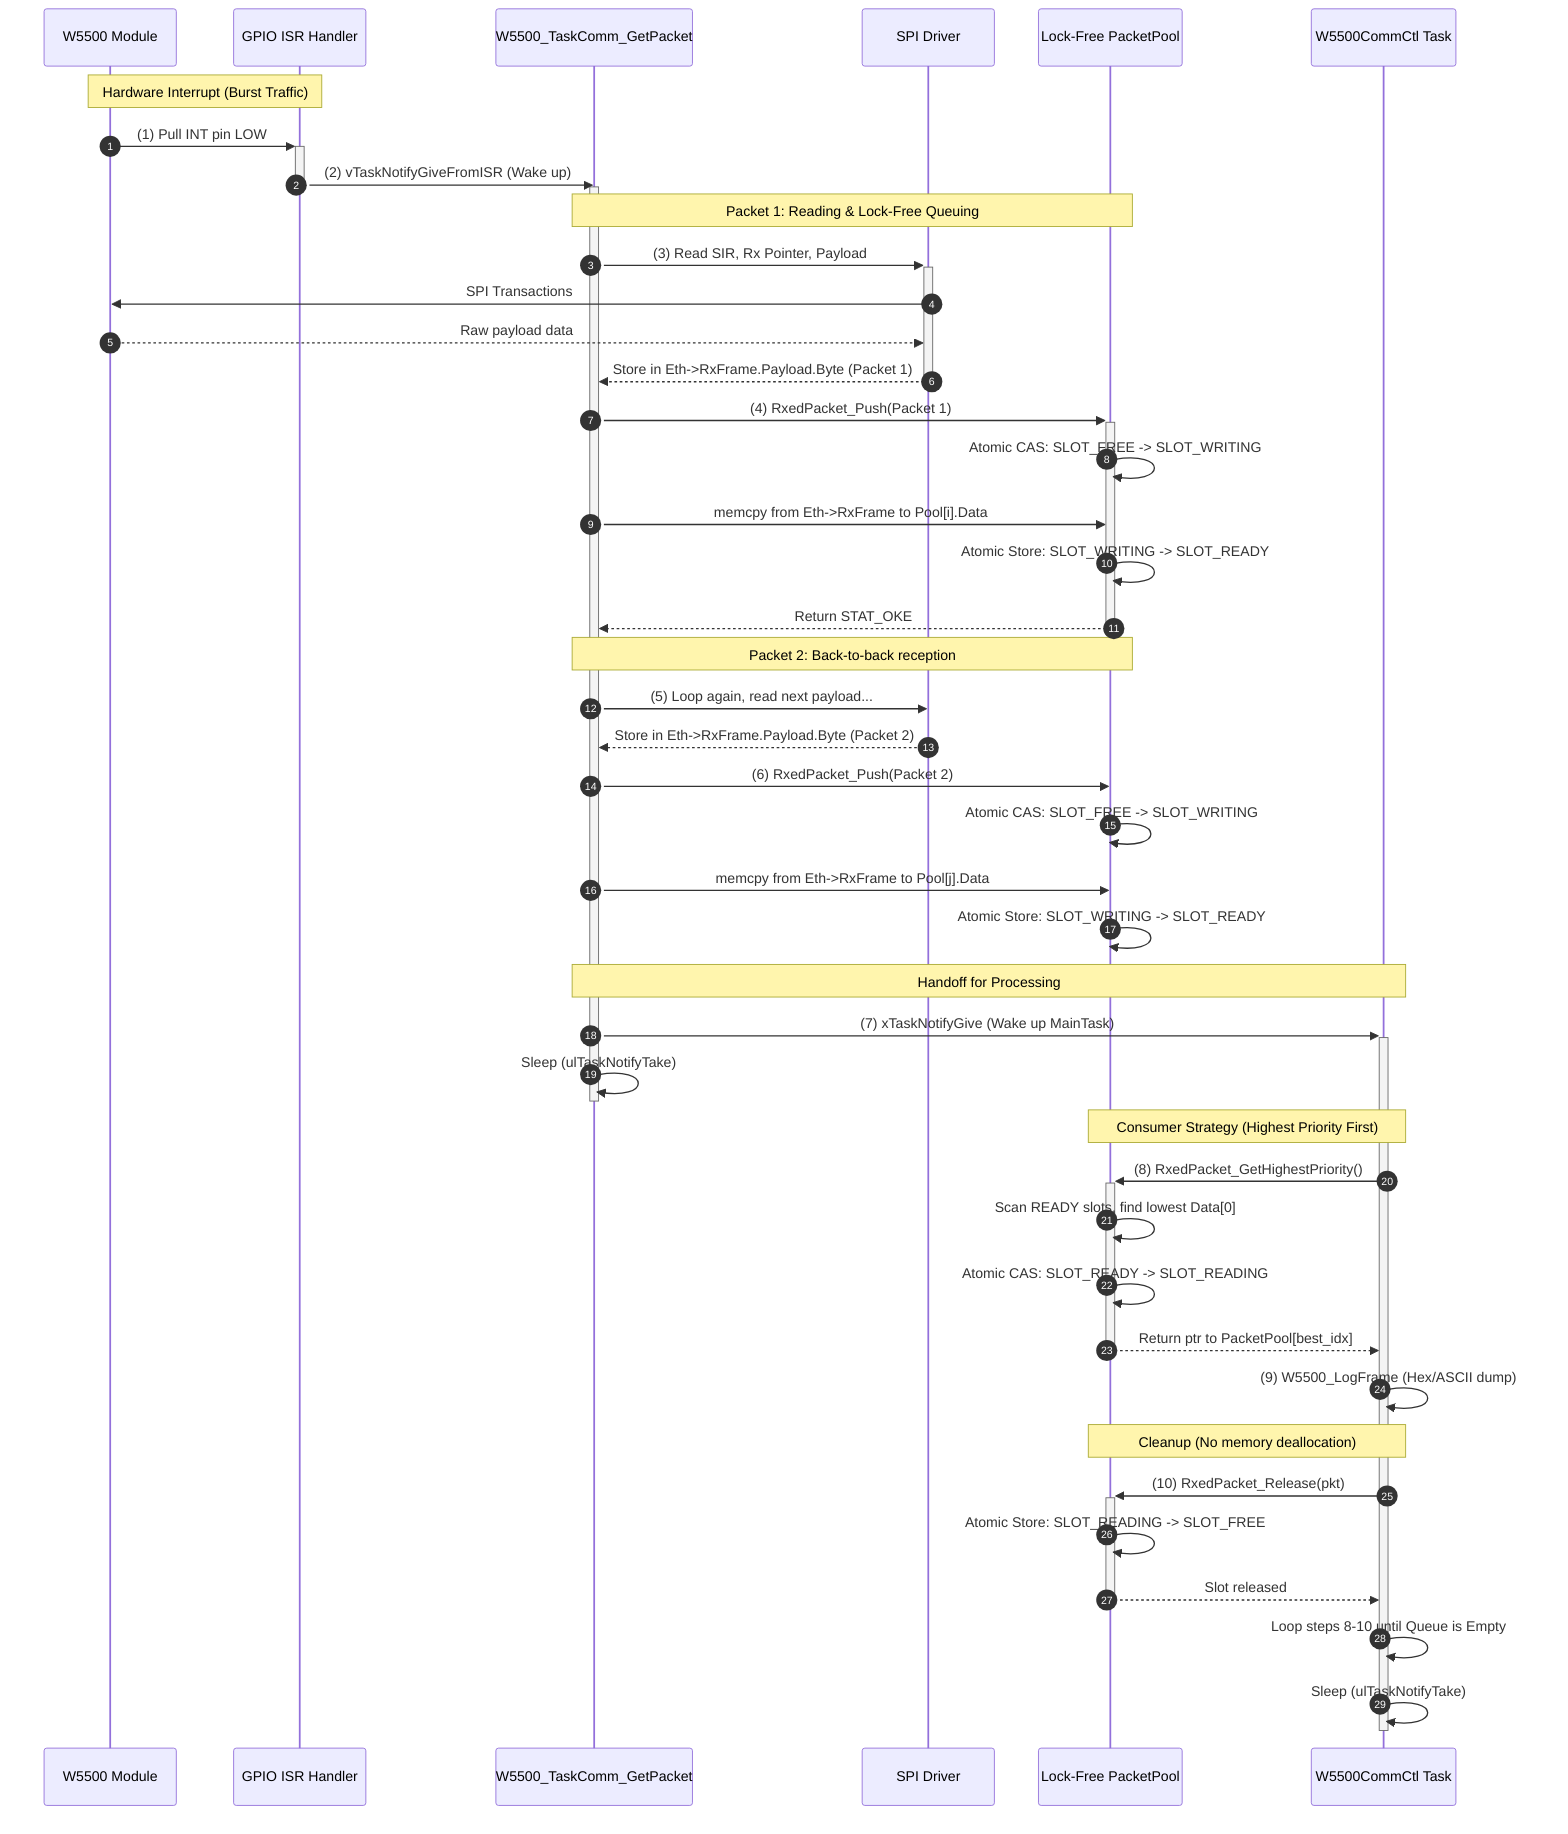
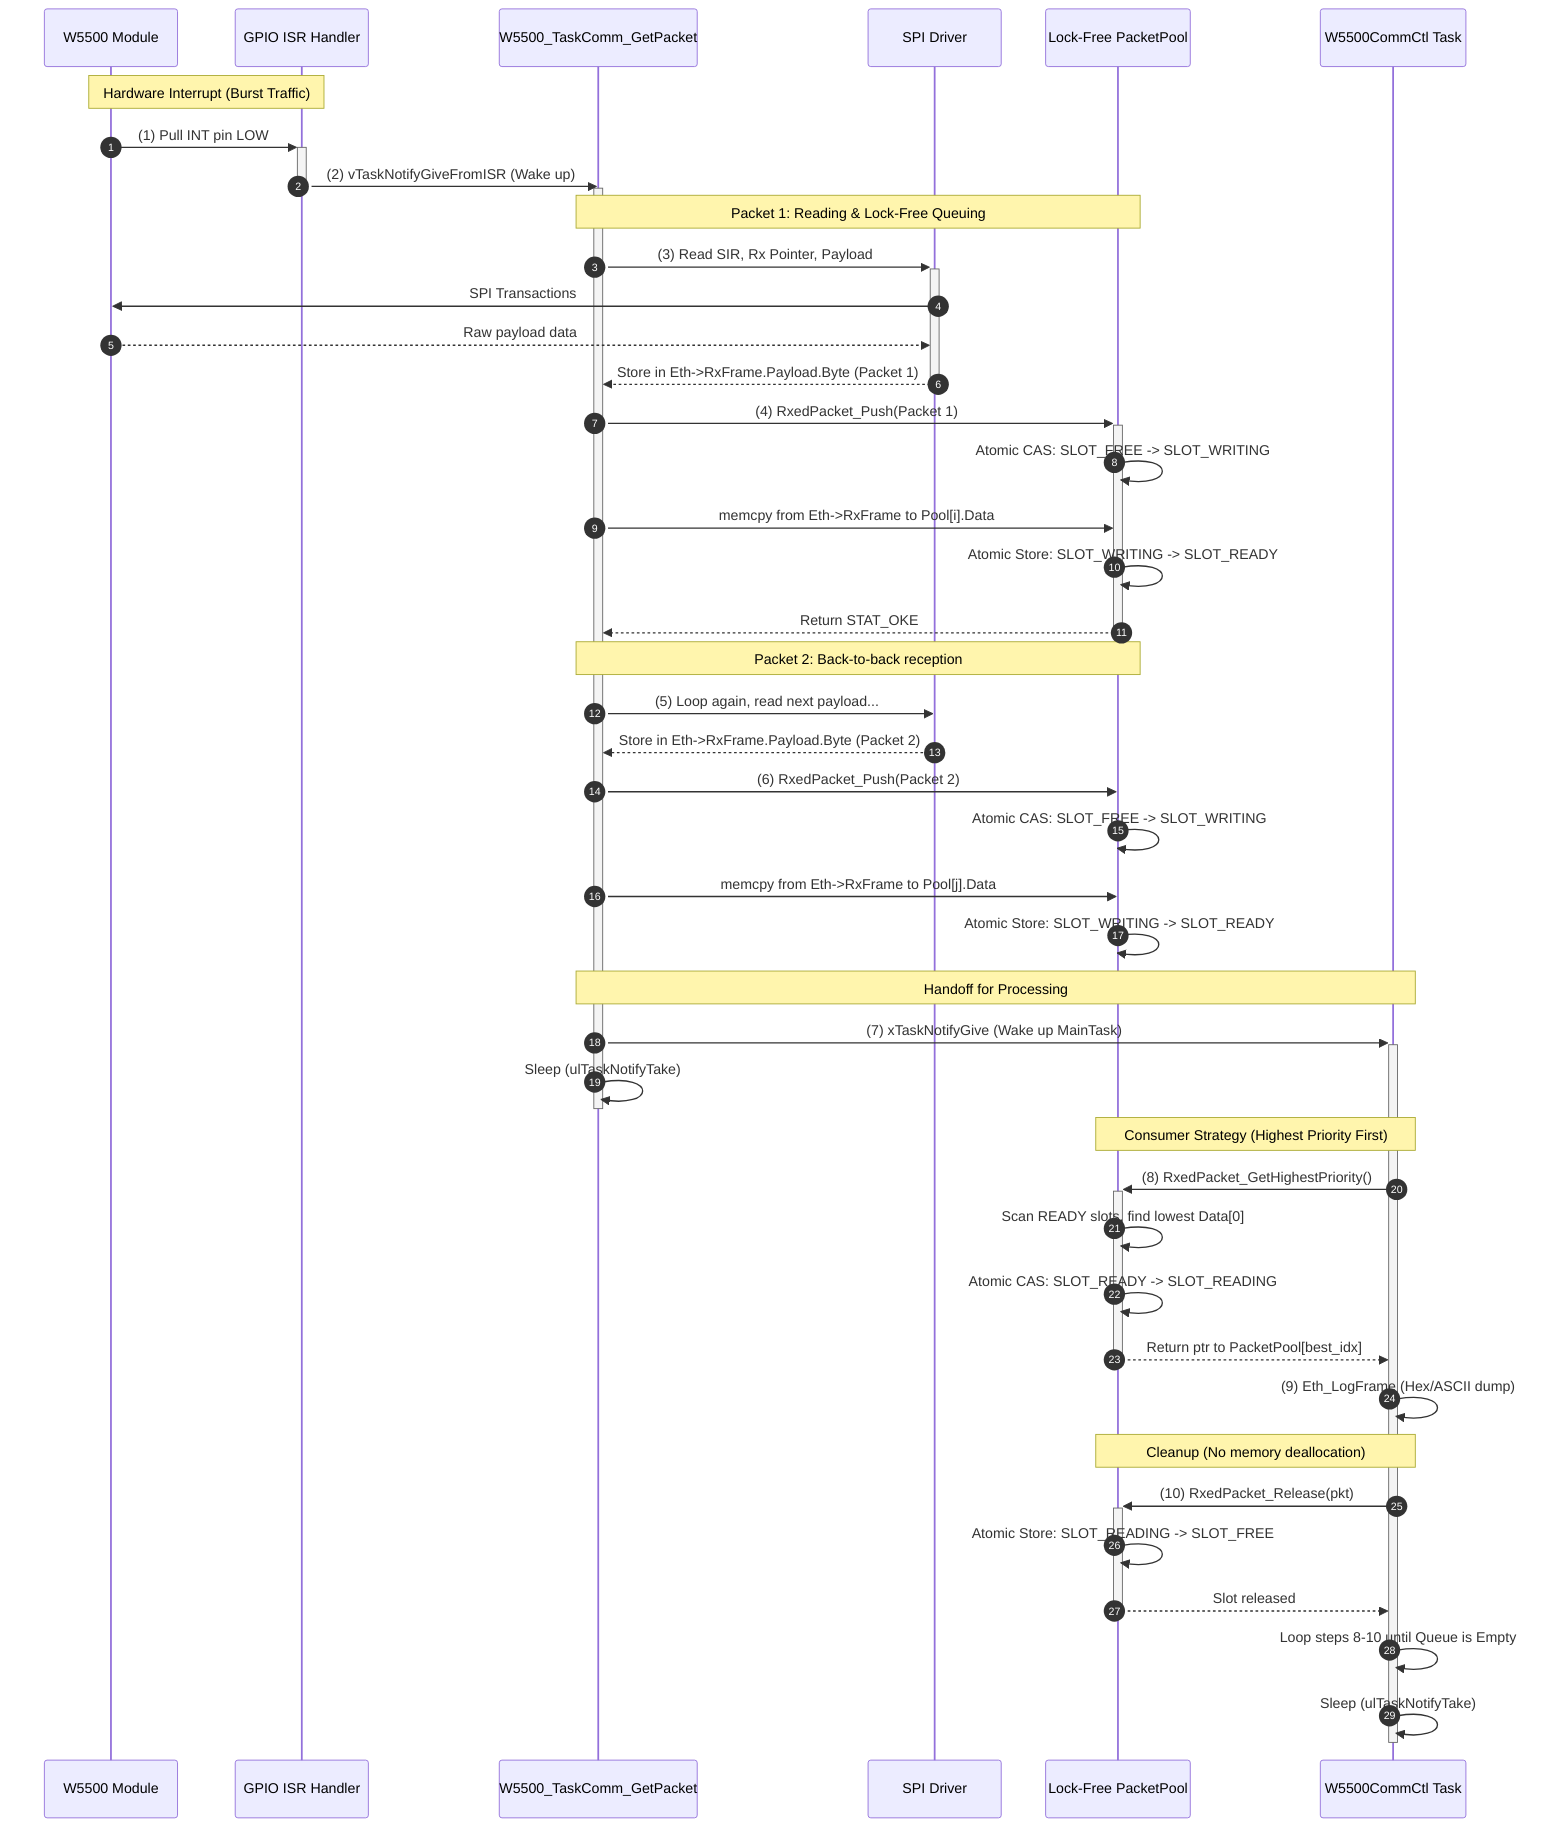
sequenceDiagram
    autonumber

    participant W5500 as W5500 Module
    participant ISR as GPIO ISR Handler
    participant RxTask as W5500_TaskComm_GetPacket
    participant SPI as SPI Driver
    participant Queue as Lock-Free PacketPool
    participant MainTask as W5500CommCtl Task

    Note over W5500, ISR: Hardware Interrupt (Burst Traffic)
    W5500->>+ISR: (1) Pull INT pin LOW
    ISR->>-RxTask: (2) vTaskNotifyGiveFromISR (Wake up)

    activate RxTask
    Note over RxTask, Queue: Packet 1: Reading & Lock-Free Queuing
    RxTask->>+SPI: (3) Read SIR, Rx Pointer, Payload
    SPI->>W5500: SPI Transactions
    W5500-->>SPI: Raw payload data
    SPI-->>-RxTask: Store in Eth->RxFrame.Payload.Byte (Packet 1)
    RxTask->>+Queue: (4) RxedPacket_Push(Packet 1)
    Queue->>Queue: Atomic CAS: SLOT_FREE -> SLOT_WRITING
    RxTask->>Queue: memcpy from Eth->RxFrame to Pool[i].Data
    Queue->>Queue: Atomic Store: SLOT_WRITING -> SLOT_READY
    Queue-->>-RxTask: Return STAT_OKE

    Note over RxTask, Queue: Packet 2: Back-to-back reception
    RxTask->>SPI: (5) Loop again, read next payload...
    SPI-->>RxTask: Store in Eth->RxFrame.Payload.Byte (Packet 2)
    RxTask->>Queue: (6) RxedPacket_Push(Packet 2)
    Queue->>Queue: Atomic CAS: SLOT_FREE -> SLOT_WRITING
    RxTask->>Queue: memcpy from Eth->RxFrame to Pool[j].Data
    Queue->>Queue: Atomic Store: SLOT_WRITING -> SLOT_READY

    Note over RxTask, MainTask: Handoff for Processing
    RxTask->>+MainTask: (7) xTaskNotifyGive (Wake up MainTask)
    RxTask->>-RxTask: Sleep (ulTaskNotifyTake)

    Note over MainTask, Queue: Consumer Strategy (Highest Priority First)
    MainTask->>+Queue: (8) RxedPacket_GetHighestPriority()
    Queue->>Queue: Scan READY slots, find lowest Data[0]
    Queue->>Queue: Atomic CAS: SLOT_READY -> SLOT_READING
    Queue-->>-MainTask: Return ptr to PacketPool[best_idx]

-     MainTask->>MainTask: (9) W5500_LogFrame (Hex/ASCII dump)
+     MainTask->>MainTask: (9) Eth_LogFrame (Hex/ASCII dump)

    Note over MainTask, Queue: Cleanup (No memory deallocation)
    MainTask->>+Queue: (10) RxedPacket_Release(pkt)
    Queue->>Queue: Atomic Store: SLOT_READING -> SLOT_FREE
    Queue-->>-MainTask: Slot released

    MainTask->>MainTask: Loop steps 8-10 until Queue is Empty
    MainTask->>-MainTask: Sleep (ulTaskNotifyTake)
